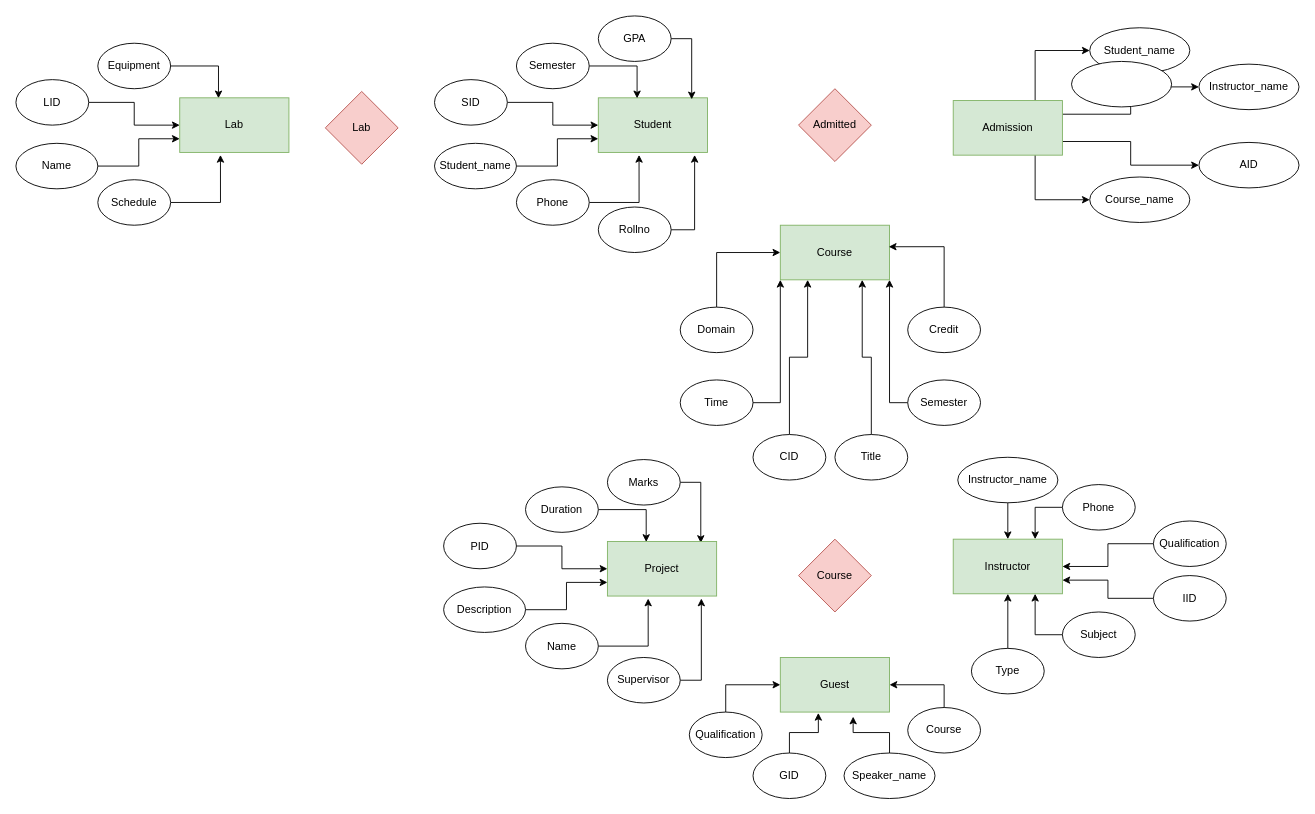
This is database.drawio from sujalthakuri/h, a draw.io file, before an edit. Source tidied: cells renumbered, new cells numbered last; positions are measured from the earlier drawing's top-left corner, leaving out a move shared by most shapes. Both pictures are drawn from the tidied source at 91%, with x=0, y=0 at pixel (15, 15).
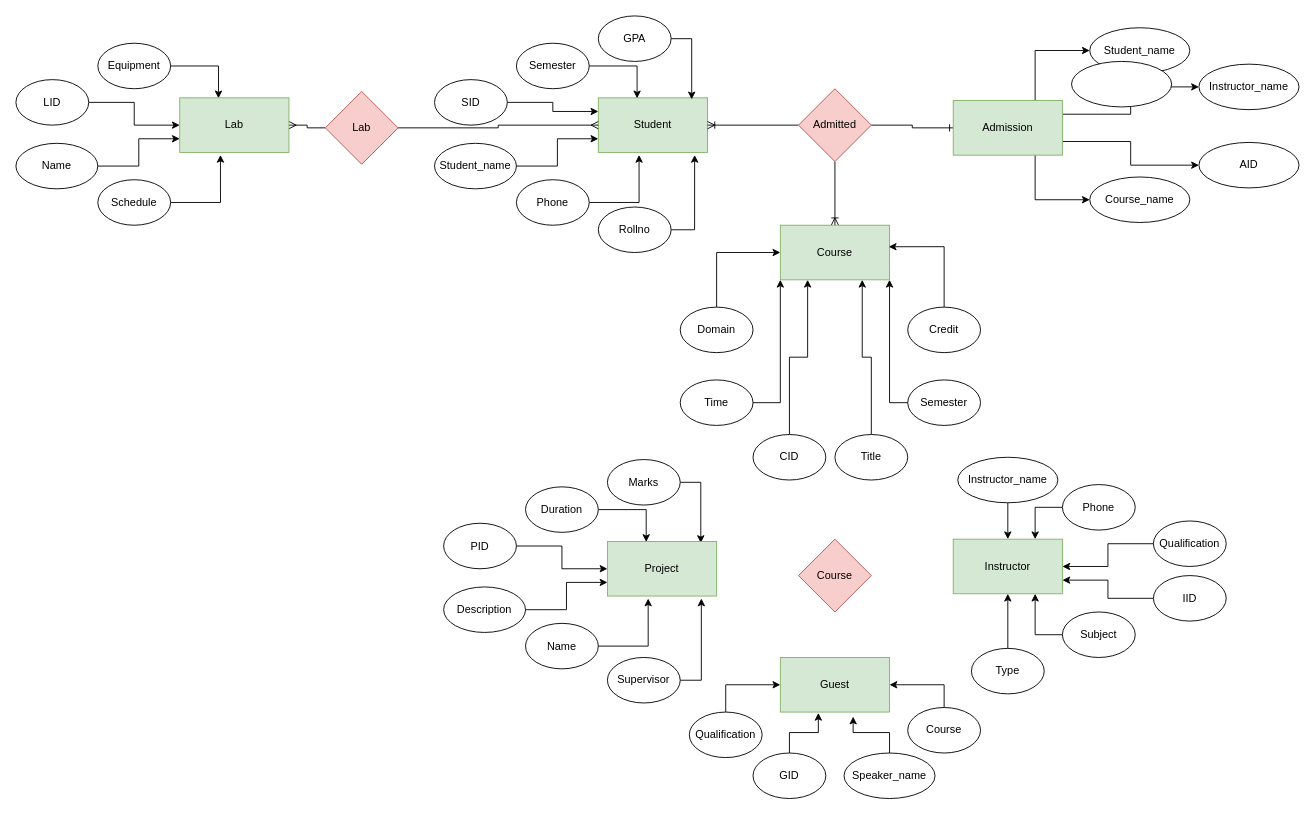
Above is the later version.

Commit message:
Relations Established of Admitted

Unchanged cells that the change refers to:
```xml
<mxCell id="2" value="Student" style="rounded=0;whiteSpace=wrap;html=1;fillColor=#d5e8d4;strokeColor=#82b366;" parent="1" vertex="1">
  <mxGeometry x="640" y="90" width="120" height="60" as="geometry" />
</mxCell>
<mxCell id="4" value="SID" style="ellipse;whiteSpace=wrap;html=1;" parent="1" vertex="1">
  <mxGeometry x="460" y="70" width="80" height="50" as="geometry" />
</mxCell>
<mxCell id="15" value="Admitted" style="rhombus;whiteSpace=wrap;html=1;fillColor=#f8cecc;strokeColor=#b85450;" parent="1" vertex="1">
  <mxGeometry x="860" y="80" width="80" height="80" as="geometry" />
</mxCell>
<mxCell id="29" value="Course" style="rounded=0;whiteSpace=wrap;html=1;fillColor=#d5e8d4;strokeColor=#82b366;" parent="1" vertex="1">
  <mxGeometry x="840" y="230" width="120" height="60" as="geometry" />
</mxCell>
<mxCell id="46" value="Admission" style="rounded=0;whiteSpace=wrap;html=1;fillColor=#d5e8d4;strokeColor=#82b366;" parent="1" vertex="1">
  <mxGeometry x="1030" y="93" width="120" height="60" as="geometry" />
</mxCell>
<mxCell id="75" value="Lab" style="rhombus;whiteSpace=wrap;html=1;fillColor=#f8cecc;strokeColor=#b85450;" parent="1" vertex="1">
  <mxGeometry x="340" y="83" width="80" height="80" as="geometry" />
</mxCell>
<mxCell id="84" value="Lab" style="rounded=0;whiteSpace=wrap;html=1;fillColor=#d5e8d4;strokeColor=#82b366;" parent="1" vertex="1">
  <mxGeometry x="180" y="90" width="120" height="60" as="geometry" />
</mxCell>
```

Change to the diagram source:
```diff
@@
-    <mxCell id="3" style="edgeStyle=orthogonalEdgeStyle;rounded=0;jettySize=auto;html=1;exitX=1;exitY=0.5;exitDx=0;exitDy=0;entryX=0;entryY=0.5;entryDx=0;entryDy=0;" parent="1" edge="1" source="4" target="2">
+    <mxCell id="3" style="edgeStyle=orthogonalEdgeStyle;rounded=0;jettySize=auto;html=1;exitX=1;exitY=0.5;exitDx=0;exitDy=0;entryX=0;entryY=0.25;entryDx=0;entryDy=0;" parent="1" edge="1" source="4" target="2">
       <mxGeometry relative="1" as="geometry" />
     </mxCell>
@@
+    <mxCell id="85" style="edgeStyle=orthogonalEdgeStyle;rounded=0;jettySize=auto;html=1;exitX=0;exitY=0.5;exitDx=0;exitDy=0;entryX=1;entryY=0.5;entryDx=0;entryDy=0;endArrow=ERoneToMany;endFill=0;" parent="1" edge="1" source="15" target="2">
+      <mxGeometry relative="1" as="geometry" />
+    </mxCell>
+    <mxCell id="86" style="edgeStyle=orthogonalEdgeStyle;rounded=0;jettySize=auto;html=1;exitX=1;exitY=0.5;exitDx=0;exitDy=0;entryX=0;entryY=0.5;entryDx=0;entryDy=0;endArrow=ERone;endFill=0;" parent="1" edge="1" source="15" target="46">
+      <mxGeometry relative="1" as="geometry" />
+    </mxCell>
+    <mxCell id="87" style="edgeStyle=orthogonalEdgeStyle;rounded=0;jettySize=auto;html=1;exitX=0.5;exitY=1;exitDx=0;exitDy=0;entryX=0.5;entryY=0;entryDx=0;entryDy=0;endArrow=ERoneToMany;endFill=0;" parent="1" edge="1" source="15" target="29">
+      <mxGeometry relative="1" as="geometry" />
+    </mxCell>
@@
+    <mxCell id="88" style="edgeStyle=orthogonalEdgeStyle;rounded=0;jettySize=auto;html=1;exitX=1;exitY=0.5;exitDx=0;exitDy=0;entryX=0;entryY=0.5;entryDx=0;entryDy=0;endArrow=ERmany;endFill=0;" parent="1" edge="1" source="75" target="2">
+      <mxGeometry relative="1" as="geometry" />
+    </mxCell>
+    <mxCell id="89" style="edgeStyle=orthogonalEdgeStyle;rounded=0;jettySize=auto;html=1;exitX=0;exitY=0.5;exitDx=0;exitDy=0;entryX=1;entryY=0.5;entryDx=0;entryDy=0;endArrow=ERmany;endFill=0;" parent="1" edge="1" source="75" target="84">
+      <mxGeometry relative="1" as="geometry" />
+    </mxCell>
```
